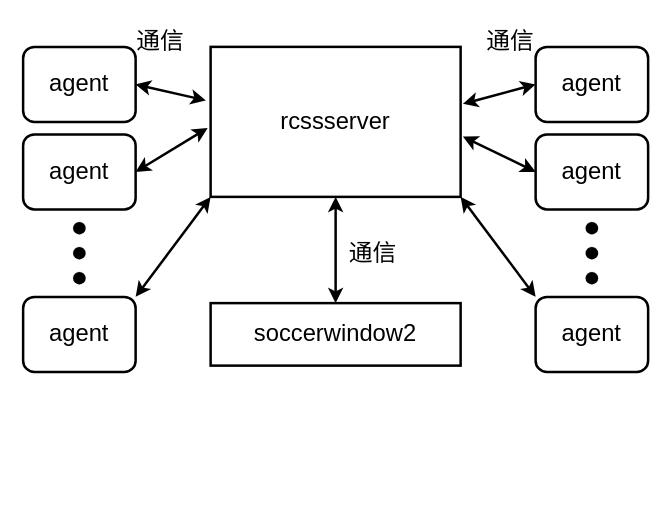
Earlier version of the draw.io diagram 2/environment.drawio (SuperTikuwa/thesis-images). Source tidied: cells renumbered, new cells numbered last; positions are measured from the earlier drawing's top-left corner, leaving out a move shared by most shapes. Both pictures are drawn from the tidied source at 125%, with x=0, y=0 at pixel (22, 21).
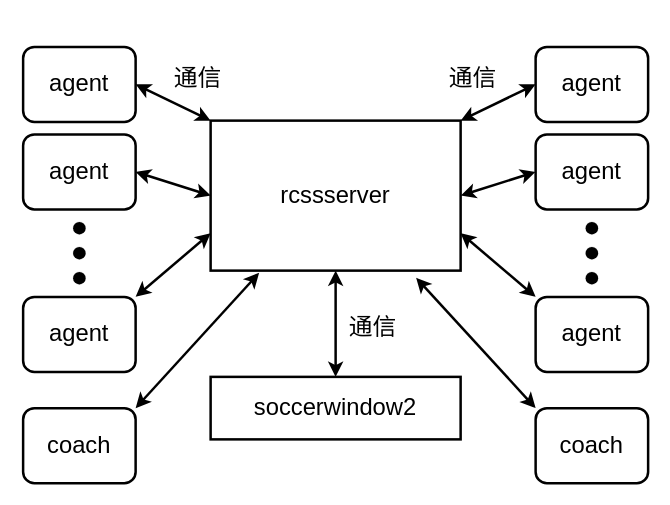
The same diagram, later.

Commit message:
environment.drawio を更新します

Unchanged cells that the change refers to:
```xml
<mxCell id="3" value="agent" style="rounded=1;whiteSpace=wrap;html=1;fontSize=19;strokeWidth=2;" parent="1" vertex="1">
  <mxGeometry y="20" width="90" height="60" as="geometry" />
</mxCell>
<mxCell id="4" value="agent" style="rounded=1;whiteSpace=wrap;html=1;fontSize=19;strokeWidth=2;" parent="1" vertex="1">
  <mxGeometry y="90" width="90" height="60" as="geometry" />
</mxCell>
<mxCell id="5" value="agent" style="rounded=1;whiteSpace=wrap;html=1;fontSize=19;strokeWidth=2;" parent="1" vertex="1">
  <mxGeometry x="410" y="20" width="90" height="60" as="geometry" />
</mxCell>
<mxCell id="6" value="agent" style="rounded=1;whiteSpace=wrap;html=1;fontSize=19;strokeWidth=2;" parent="1" vertex="1">
  <mxGeometry y="220" width="90" height="60" as="geometry" />
</mxCell>
<mxCell id="13" value="agent" style="rounded=1;whiteSpace=wrap;html=1;fontSize=19;strokeWidth=2;" parent="1" vertex="1">
  <mxGeometry x="410" y="90" width="90" height="60" as="geometry" />
</mxCell>
<mxCell id="14" value="agent" style="rounded=1;whiteSpace=wrap;html=1;fontSize=19;strokeWidth=2;" parent="1" vertex="1">
  <mxGeometry x="410" y="220" width="90" height="60" as="geometry" />
</mxCell>
```

The edit, as a diff of the source:
```diff
@@
     <mxCell id="2" value="rcssserver" style="rounded=0;whiteSpace=wrap;html=1;fontSize=19;strokeWidth=2;" parent="1" vertex="1">
-      <mxGeometry x="150" y="20" width="200" height="120" as="geometry" />
+      <mxGeometry x="150" y="79" width="200" height="120" as="geometry" />
     </mxCell>
@@
-    <mxCell id="15" style="endArrow=classic;startArrow=classic;html=1;rounded=0;fontSize=22;strokeWidth=2;entryX=-0.019;entryY=0.357;entryDx=0;entryDy=0;entryPerimeter=0;exitX=1;exitY=0.5;exitDx=0;exitDy=0;" parent="1" edge="1" source="3" target="2">
+    <mxCell id="15" style="endArrow=classic;startArrow=classic;html=1;rounded=0;fontSize=22;strokeWidth=2;entryX=0;entryY=0;entryDx=0;entryDy=0;exitX=1;exitY=0.5;exitDx=0;exitDy=0;" parent="1" edge="1" source="3" target="2">
       <mxGeometry relative="1" as="geometry" />
     </mxCell>
-    <mxCell id="16" style="endArrow=classic;startArrow=classic;html=1;rounded=0;fontSize=22;strokeWidth=2;exitX=1;exitY=0.5;exitDx=0;exitDy=0;entryX=-0.012;entryY=0.541;entryDx=0;entryDy=0;entryPerimeter=0;" parent="1" edge="1" source="4" target="2">
+    <mxCell id="16" style="endArrow=classic;startArrow=classic;html=1;rounded=0;fontSize=22;strokeWidth=2;exitX=1;exitY=0.5;exitDx=0;exitDy=0;entryX=0;entryY=0.5;entryDx=0;entryDy=0;" parent="1" edge="1" source="4" target="2">
       <mxGeometry relative="1" as="geometry" />
     </mxCell>
-    <mxCell id="17" style="endArrow=classic;startArrow=classic;html=1;rounded=0;fontSize=22;strokeWidth=2;exitX=1;exitY=0;exitDx=0;exitDy=0;entryX=0;entryY=1;entryDx=0;entryDy=0;" parent="1" edge="1" source="6" target="2">
+    <mxCell id="17" style="endArrow=classic;startArrow=classic;html=1;rounded=0;fontSize=22;strokeWidth=2;exitX=1;exitY=0;exitDx=0;exitDy=0;entryX=0;entryY=0.75;entryDx=0;entryDy=0;" parent="1" edge="1" source="6" target="2">
       <mxGeometry relative="1" as="geometry" />
     </mxCell>
-    <mxCell id="18" style="endArrow=classic;startArrow=classic;html=1;rounded=0;fontSize=22;strokeWidth=2;exitX=1.009;exitY=0.38;exitDx=0;exitDy=0;exitPerimeter=0;entryX=0;entryY=0.5;entryDx=0;entryDy=0;" parent="1" edge="1" source="2" target="5">
+    <mxCell id="18" style="endArrow=classic;startArrow=classic;html=1;rounded=0;fontSize=22;strokeWidth=2;exitX=1;exitY=0;exitDx=0;exitDy=0;entryX=0;entryY=0.5;entryDx=0;entryDy=0;" parent="1" edge="1" source="2" target="5">
       <mxGeometry relative="1" as="geometry" />
     </mxCell>
-    <mxCell id="19" style="endArrow=classic;startArrow=classic;html=1;rounded=0;fontSize=22;strokeWidth=2;exitX=0;exitY=0.5;exitDx=0;exitDy=0;entryX=1.009;entryY=0.598;entryDx=0;entryDy=0;entryPerimeter=0;" parent="1" edge="1" source="13" target="2">
+    <mxCell id="19" style="endArrow=classic;startArrow=classic;html=1;rounded=0;fontSize=22;strokeWidth=2;exitX=0;exitY=0.5;exitDx=0;exitDy=0;entryX=1;entryY=0.5;entryDx=0;entryDy=0;" parent="1" edge="1" source="13" target="2">
       <mxGeometry relative="1" as="geometry" />
     </mxCell>
-    <mxCell id="20" style="endArrow=classic;startArrow=classic;html=1;rounded=0;fontSize=22;strokeWidth=2;entryX=1;entryY=1;entryDx=0;entryDy=0;exitX=0;exitY=0;exitDx=0;exitDy=0;" parent="1" edge="1" source="14" target="2">
+    <mxCell id="20" style="endArrow=classic;startArrow=classic;html=1;rounded=0;fontSize=22;strokeWidth=2;entryX=1;entryY=0.75;entryDx=0;entryDy=0;exitX=0;exitY=0;exitDx=0;exitDy=0;" parent="1" edge="1" source="14" target="2">
       <mxGeometry relative="1" as="geometry" />
     </mxCell>
     <mxCell id="21" value="soccerwindow2" style="rounded=0;whiteSpace=wrap;html=1;fontSize=19;strokeWidth=2;" parent="1" vertex="1">
-      <mxGeometry x="150" y="225" width="200" height="50" as="geometry" />
+      <mxGeometry x="150" y="284" width="200" height="50" as="geometry" />
     </mxCell>
@@
     <mxCell id="23" value="&lt;font style=&quot;font-size: 19px;&quot;&gt;通信&lt;/font&gt;" style="text;html=1;strokeColor=none;fillColor=none;align=center;verticalAlign=middle;whiteSpace=wrap;rounded=0;fontSize=22;" parent="1" vertex="1">
-      <mxGeometry x="80" width="60" height="30" as="geometry" />
+      <mxGeometry x="110" y="30" width="60" height="30" as="geometry" />
     </mxCell>
     <mxCell id="24" value="&lt;font style=&quot;font-size: 19px;&quot;&gt;通信&lt;/font&gt;" style="text;html=1;strokeColor=none;fillColor=none;align=center;verticalAlign=middle;whiteSpace=wrap;rounded=0;fontSize=22;" parent="1" vertex="1">
-      <mxGeometry x="360" width="60" height="30" as="geometry" />
+      <mxGeometry x="330" y="30" width="60" height="30" as="geometry" />
     </mxCell>
     <mxCell id="25" value="&lt;font style=&quot;font-size: 19px;&quot;&gt;通信&lt;/font&gt;" style="text;html=1;strokeColor=none;fillColor=none;align=center;verticalAlign=middle;whiteSpace=wrap;rounded=0;fontSize=22;" parent="1" vertex="1">
-      <mxGeometry x="250" y="170" width="60" height="30" as="geometry" />
+      <mxGeometry x="250" y="229" width="60" height="30" as="geometry" />
     </mxCell>
+    <mxCell id="26" value="coach" style="rounded=1;whiteSpace=wrap;html=1;fontSize=19;strokeWidth=2;" parent="1" vertex="1">
+      <mxGeometry y="309" width="90" height="60" as="geometry" />
+    </mxCell>
+    <mxCell id="27" style="endArrow=classic;startArrow=classic;html=1;rounded=0;fontSize=22;strokeWidth=2;exitX=1;exitY=0;exitDx=0;exitDy=0;entryX=0.194;entryY=1.015;entryDx=0;entryDy=0;entryPerimeter=0;" parent="1" edge="1" source="26" target="2">
+      <mxGeometry relative="1" as="geometry" />
+    </mxCell>
+    <mxCell id="28" style="endArrow=classic;startArrow=classic;html=1;rounded=0;fontSize=22;strokeWidth=2;entryX=0.822;entryY=1.048;entryDx=0;entryDy=0;entryPerimeter=0;" parent="1" edge="1" target="2">
+      <mxGeometry relative="1" as="geometry">
+        <mxPoint x="410" y="309" as="sourcePoint" />
+      </mxGeometry>
+    </mxCell>
+    <mxCell id="29" value="coach" style="rounded=1;whiteSpace=wrap;html=1;fontSize=19;strokeWidth=2;" parent="1" vertex="1">
+      <mxGeometry x="410" y="309" width="90" height="60" as="geometry" />
+    </mxCell>
```
